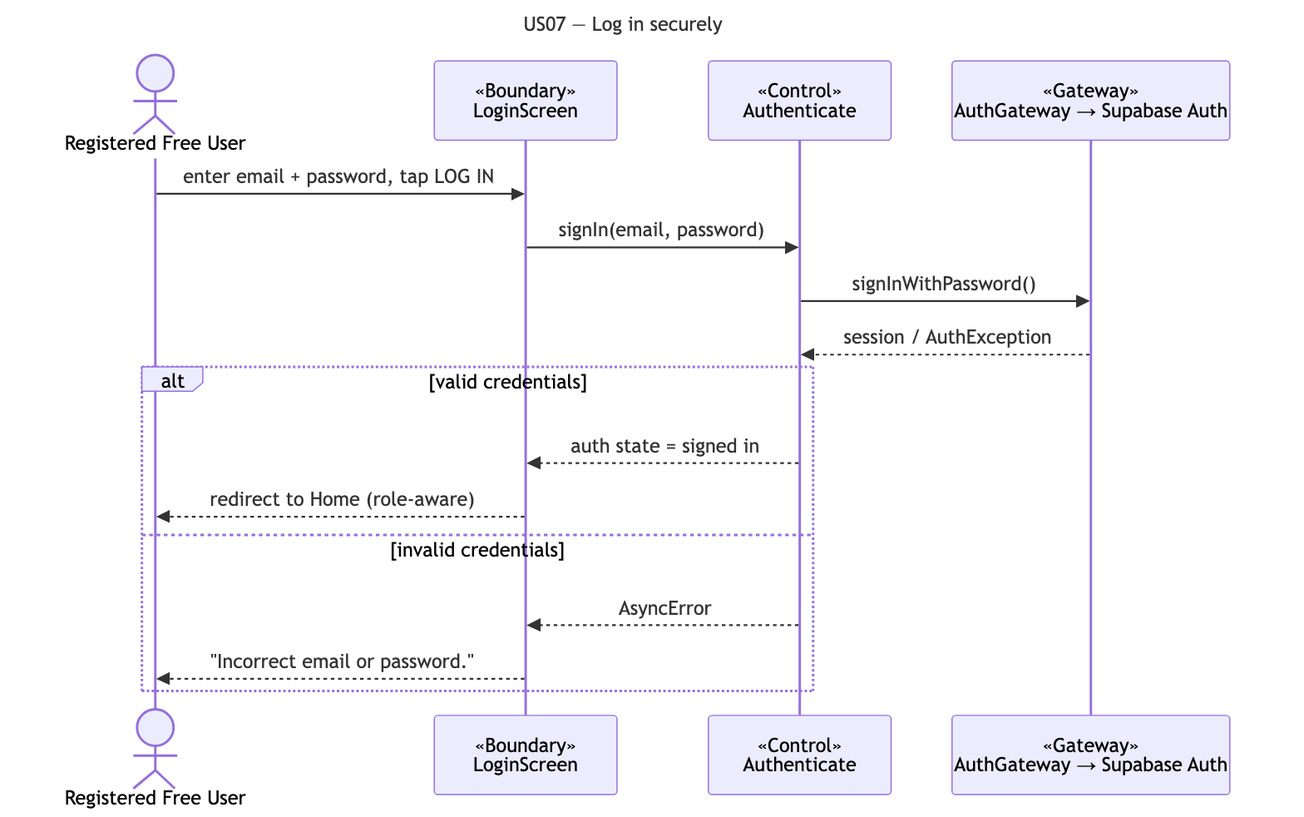
Earlier version of the Mermaid export docs/deliverables/sequence-diagrams/US07-log-in.png (cyuanjun/FYP-26-S2-37-app). Its source is kept beside it as docs/deliverables/sequence-diagrams/src/US07-log-in.mmd. Source of this version:
```mermaid
---
title: "US07 — Log in securely"
---
sequenceDiagram
  actor A as Registered Free User
  participant B as «Boundary»<br/>LoginScreen
  participant C as «Control»<br/>Authenticate
  participant G as «Gateway»<br/>AuthGateway → Supabase Auth
  A->>B: enter email + password, tap LOG IN
  B->>C: signIn(email, password)
  C->>G: signInWithPassword()
  G-->>C: session / AuthException
  alt valid credentials
    C-->>B: auth state = signed in
    B-->>A: redirect to Home (role-aware)
  else invalid credentials
    C-->>B: AsyncError
    B-->>A: "Incorrect email or password."
  end
```
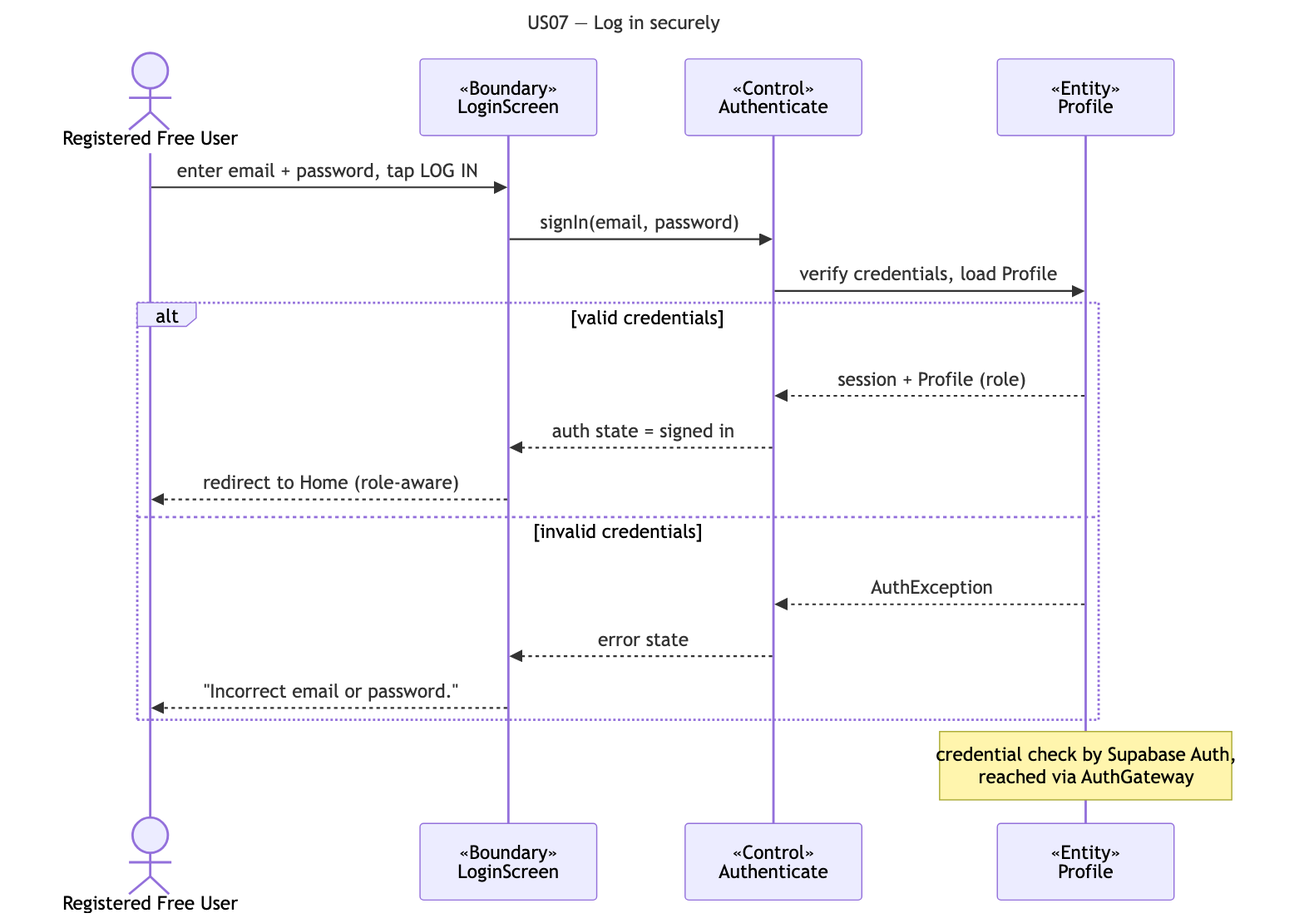
After the change.

Diff of the diagram source:
```diff
@@ -5,15 +5,17 @@
   actor A as Registered Free User
   participant B as «Boundary»<br/>LoginScreen
   participant C as «Control»<br/>Authenticate
-  participant G as «Gateway»<br/>AuthGateway → Supabase Auth
+  participant E as «Entity»<br/>Profile
   A->>B: enter email + password, tap LOG IN
   B->>C: signIn(email, password)
-  C->>G: signInWithPassword()
-  G-->>C: session / AuthException
+  C->>E: verify credentials, load Profile
   alt valid credentials
+    E-->>C: session + Profile (role)
     C-->>B: auth state = signed in
     B-->>A: redirect to Home (role-aware)
   else invalid credentials
-    C-->>B: AsyncError
+    E-->>C: AuthException
+    C-->>B: error state
     B-->>A: "Incorrect email or password."
   end
+  note over E: credential check by Supabase Auth,<br/>reached via AuthGateway
```
